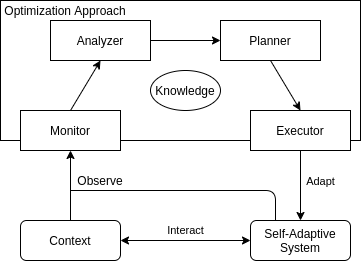
This is images/ClassificationProposal-OptimizationMAPEK.png from timEngbrocks/OptimizationApproachesForSelfAdaptiveSystems, a draw.io export, as it was before one commit. Source tidied: cells renumbered, new cells last; positions are measured from the earlier drawing's top-left corner, leaving out a move shared by most shapes.
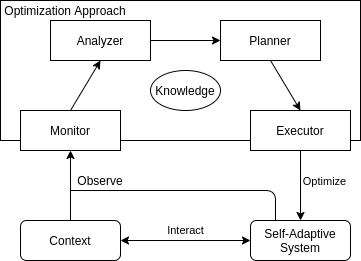
The same file after the commit.

Diff of the diagram source:
```diff
@@ -51,9 +51,9 @@
     <mxCell id="15" style="endArrow=classic;html=1;entryX=0.5;entryY=0;entryDx=0;entryDy=0;exitX=0.5;exitY=1;exitDx=0;exitDy=0;" parent="1" edge="1" source="10" target="3">
       <mxGeometry relative="1" as="geometry" />
     </mxCell>
-    <mxCell id="16" value="Adapt" style="edgeLabel;html=1;align=center;verticalAlign=middle;" parent="15" vertex="1">
+    <mxCell id="16" value="Optimize" style="edgeLabel;html=1;align=center;verticalAlign=middle;" parent="15" vertex="1">
       <mxGeometry x="-0.37" y="-2" relative="1" as="geometry">
-        <mxPoint x="22" y="8" as="offset" />
+        <mxPoint x="26" y="8" as="offset" />
       </mxGeometry>
     </mxCell>
     <mxCell id="17" style="endArrow=classic;html=1;exitX=0.5;exitY=0;exitDx=0;exitDy=0;entryX=0.5;entryY=1;entryDx=0;entryDy=0;" parent="1" edge="1" source="7" target="8">
```
